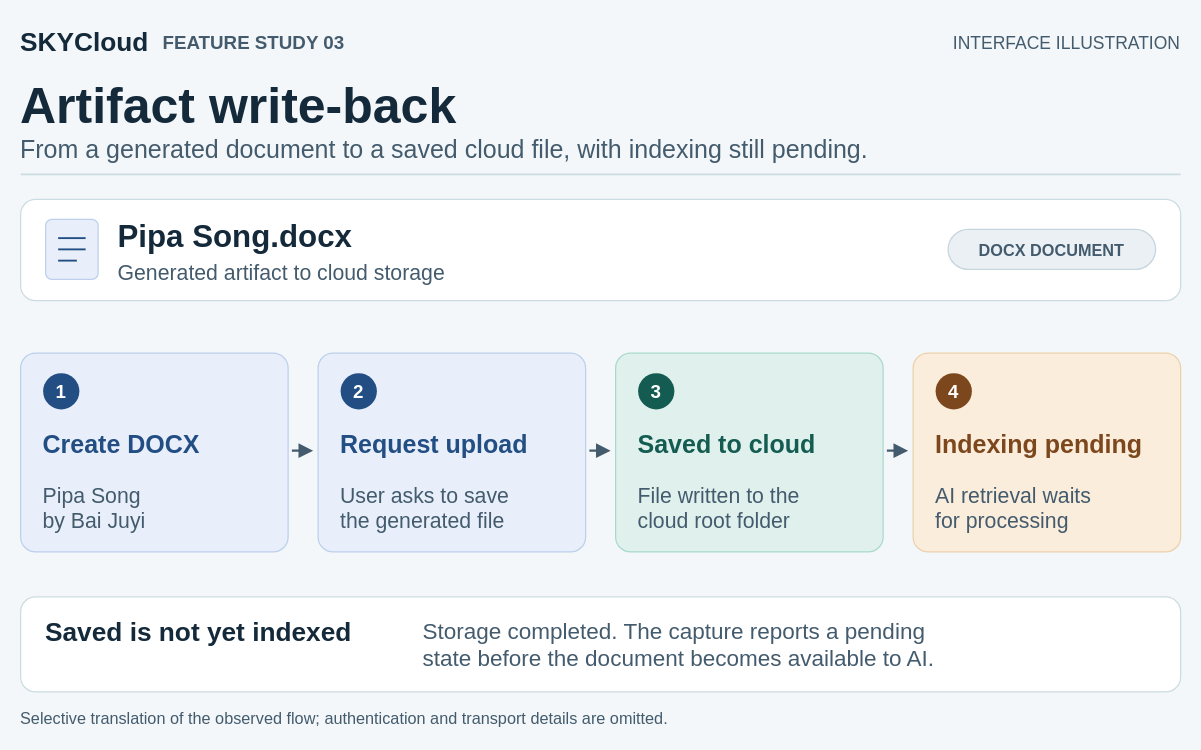
Before: page "Artifact write-back" (5 of 11) of design/projects/sky-cloud/sky-cloud.drawio in TianyaSKY/tianyasky.github.io, a draw.io diagram. Source tidied: cells renumbered, new cells numbered last; positions are measured from the earlier drawing's top-left corner, leaving out a move shared by most shapes. Both pictures are drawn from the tidied source at 125%, with x=0, y=0 at pixel (20, 20).
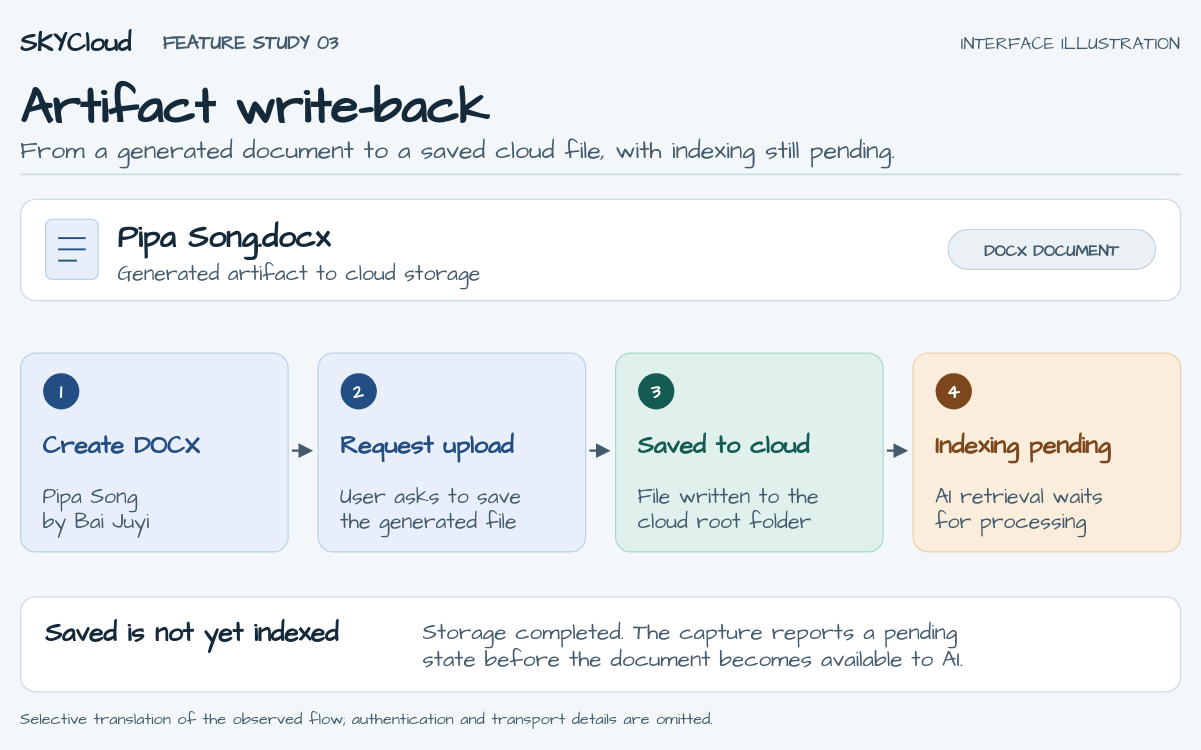
After the change.

Unchanged cells that the change refers to:
```xml
<mxCell id="15" style="group;html=0;" parent="1" vertex="1">
  <mxGeometry x="742" y="167" width="166" height="32" as="geometry" />
</mxCell>
```

What changed in the source:
```diff
@@
-    <mxCell id="2" value="SKYCloud" style="text;html=0;whiteSpace=nowrap;strokeColor=none;fillColor=none;spacing=0;align=left;verticalAlign=middle;fontFamily=Arial, Helvetica, sans-serif;fontSize=21;fontColor=#142A3B;fontStyle=1;" parent="1" vertex="1">
+    <mxCell id="2" value="SKYCloud" style="text;html=0;whiteSpace=nowrap;strokeColor=none;fillColor=none;spacing=0;align=left;verticalAlign=middle;fontFamily=Comic Sans MS, Comic Neue, Noto Sans SC, sans-serif;fontSize=21;fontColor=#142A3B;fontStyle=1;" parent="1" vertex="1">
       <mxGeometry width="120" height="30" as="geometry" />
     </mxCell>
-    <mxCell id="3" value="FEATURE STUDY 03" style="text;html=0;whiteSpace=nowrap;strokeColor=none;fillColor=none;spacing=0;align=left;verticalAlign=middle;fontFamily=Excalifont;fontSize=15;fontColor=#435B6D;fontStyle=1;" parent="1" vertex="1">
+    <mxCell id="3" value="FEATURE STUDY 03" style="text;html=0;whiteSpace=nowrap;strokeColor=none;fillColor=none;spacing=0;align=left;verticalAlign=middle;fontFamily=Comic Sans MS, Comic Neue, Noto Sans SC, sans-serif;fontSize=15;fontColor=#435B6D;fontStyle=1;" parent="1" vertex="1">
       <mxGeometry x="114" y="5" width="450" height="24" as="geometry" />
     </mxCell>
-    <mxCell id="4" value="INTERFACE ILLUSTRATION" style="text;html=0;whiteSpace=nowrap;strokeColor=none;fillColor=none;spacing=0;align=right;verticalAlign=middle;fontFamily=Excalifont;fontSize=14;fontColor=#435B6D;fontStyle=0;" parent="1" vertex="1">
+    <mxCell id="4" value="INTERFACE ILLUSTRATION" style="text;html=0;whiteSpace=nowrap;strokeColor=none;fillColor=none;spacing=0;align=right;verticalAlign=middle;fontFamily=Comic Sans MS, Comic Neue, Noto Sans SC, sans-serif;fontSize=14;fontColor=#435B6D;fontStyle=0;" parent="1" vertex="1">
       <mxGeometry x="624" y="5" width="304" height="24" as="geometry" />
     </mxCell>
-    <mxCell id="5" value="Artifact write-back" style="text;html=0;whiteSpace=nowrap;strokeColor=none;fillColor=none;spacing=0;align=left;verticalAlign=middle;fontFamily=Excalifont;fontSize=40;fontColor=#142A3B;fontStyle=1;" parent="1" vertex="1">
+    <mxCell id="5" value="Artifact write-back" style="text;html=0;whiteSpace=nowrap;strokeColor=none;fillColor=none;spacing=0;align=left;verticalAlign=middle;fontFamily=Comic Sans MS, Comic Neue, Noto Sans SC, sans-serif;fontSize=40;fontColor=#142A3B;fontStyle=1;" parent="1" vertex="1">
       <mxGeometry y="39" width="928" height="48" as="geometry" />
     </mxCell>
-    <mxCell id="6" value="From a generated document to a saved cloud file, with indexing still pending." style="text;html=0;whiteSpace=nowrap;strokeColor=none;fillColor=none;spacing=0;align=left;verticalAlign=middle;fontFamily=Excalifont;fontSize=20;fontColor=#435B6D;fontStyle=0;" parent="1" vertex="1">
+    <mxCell id="6" value="From a generated document to a saved cloud file, with indexing still pending." style="text;html=0;whiteSpace=nowrap;strokeColor=none;fillColor=none;spacing=0;align=left;verticalAlign=middle;fontFamily=Comic Sans MS, Comic Neue, Noto Sans SC, sans-serif;fontSize=20;fontColor=#435B6D;fontStyle=0;" parent="1" vertex="1">
       <mxGeometry y="89" width="928" height="25" as="geometry" />
     </mxCell>
@@
-    <mxCell id="13" value="Pipa Song.docx" style="text;html=0;whiteSpace=nowrap;strokeColor=none;fillColor=none;spacing=0;align=left;verticalAlign=middle;fontFamily=Excalifont;fontSize=25;fontColor=#142A3B;fontStyle=1;" parent="1" vertex="1">
+    <mxCell id="13" value="Pipa Song.docx" style="text;html=0;whiteSpace=nowrap;strokeColor=none;fillColor=none;spacing=0;align=left;verticalAlign=middle;fontFamily=Comic Sans MS, Comic Neue, Noto Sans SC, sans-serif;fontSize=25;fontColor=#142A3B;fontStyle=1;" parent="1" vertex="1">
       <mxGeometry x="78" y="155" width="570" height="30" as="geometry" />
     </mxCell>
-    <mxCell id="14" value="Generated artifact to cloud storage" style="text;html=0;whiteSpace=nowrap;strokeColor=none;fillColor=none;spacing=0;align=left;verticalAlign=middle;fontFamily=Excalifont;fontSize=17;fontColor=#435B6D;fontStyle=0;" parent="1" vertex="1">
+    <mxCell id="14" value="Generated artifact to cloud storage" style="text;html=0;whiteSpace=nowrap;strokeColor=none;fillColor=none;spacing=0;align=left;verticalAlign=middle;fontFamily=Comic Sans MS, Comic Neue, Noto Sans SC, sans-serif;fontSize=17;fontColor=#435B6D;fontStyle=0;" parent="1" vertex="1">
       <mxGeometry x="78" y="189" width="570" height="23" as="geometry" />
     </mxCell>
@@
-    <mxCell id="17" value="DOCX DOCUMENT" style="text;html=0;whiteSpace=nowrap;strokeColor=none;fillColor=none;spacing=0;align=center;verticalAlign=middle;fontFamily=Excalifont;fontSize=13;fontColor=#435B6D;fontStyle=1;" parent="15" vertex="1">
+    <mxCell id="17" value="DOCX DOCUMENT" style="text;html=0;whiteSpace=nowrap;strokeColor=none;fillColor=none;spacing=0;align=center;verticalAlign=middle;fontFamily=Comic Sans MS, Comic Neue, Noto Sans SC, sans-serif;fontSize=13;fontColor=#435B6D;fontStyle=1;" parent="15" vertex="1">
       <mxGeometry x="4" width="158" height="32" as="geometry" />
     </mxCell>
@@
-    <mxCell id="20" value="1" style="text;html=0;whiteSpace=nowrap;strokeColor=none;fillColor=none;spacing=0;align=center;verticalAlign=middle;fontFamily=Excalifont;fontSize=15;fontColor=#FFFFFF;fontStyle=1;" parent="1" vertex="1">
+    <mxCell id="20" value="1" style="text;html=0;whiteSpace=nowrap;strokeColor=none;fillColor=none;spacing=0;align=center;verticalAlign=middle;fontFamily=Comic Sans MS, Comic Neue, Noto Sans SC, sans-serif;fontSize=15;fontColor=#FFFFFF;fontStyle=1;" parent="1" vertex="1">
       <mxGeometry x="18" y="283" width="29" height="26" as="geometry" />
     </mxCell>
-    <mxCell id="21" value="Create DOCX" style="text;html=0;whiteSpace=nowrap;strokeColor=none;fillColor=none;spacing=0;align=left;verticalAlign=middle;fontFamily=Excalifont;fontSize=20;fontColor=#234E83;fontStyle=1;" parent="1" vertex="1">
+    <mxCell id="21" value="Create DOCX" style="text;html=0;whiteSpace=nowrap;strokeColor=none;fillColor=none;spacing=0;align=left;verticalAlign=middle;fontFamily=Comic Sans MS, Comic Neue, Noto Sans SC, sans-serif;fontSize=20;fontColor=#234E83;fontStyle=1;" parent="1" vertex="1">
       <mxGeometry x="18" y="323" width="183" height="29" as="geometry" />
     </mxCell>
-    <mxCell id="22" value="Pipa Song&#10;by Bai Juyi" style="text;html=0;whiteSpace=nowrap;strokeColor=none;fillColor=none;spacing=0;align=left;verticalAlign=middle;fontFamily=Excalifont;fontSize=17;fontColor=#435B6D;fontStyle=0;" parent="1" vertex="1">
+    <mxCell id="22" value="Pipa Song&#10;by Bai Juyi" style="text;html=0;whiteSpace=nowrap;strokeColor=none;fillColor=none;spacing=0;align=left;verticalAlign=middle;fontFamily=Comic Sans MS, Comic Neue, Noto Sans SC, sans-serif;fontSize=17;fontColor=#435B6D;fontStyle=0;" parent="1" vertex="1">
       <mxGeometry x="18" y="364" width="183" height="49" as="geometry" />
     </mxCell>
@@
-    <mxCell id="25" value="2" style="text;html=0;whiteSpace=nowrap;strokeColor=none;fillColor=none;spacing=0;align=center;verticalAlign=middle;fontFamily=Excalifont;fontSize=15;fontColor=#FFFFFF;fontStyle=1;" parent="1" vertex="1">
+    <mxCell id="25" value="2" style="text;html=0;whiteSpace=nowrap;strokeColor=none;fillColor=none;spacing=0;align=center;verticalAlign=middle;fontFamily=Comic Sans MS, Comic Neue, Noto Sans SC, sans-serif;fontSize=15;fontColor=#FFFFFF;fontStyle=1;" parent="1" vertex="1">
       <mxGeometry x="256" y="283" width="29" height="26" as="geometry" />
     </mxCell>
-    <mxCell id="26" value="Request upload" style="text;html=0;whiteSpace=nowrap;strokeColor=none;fillColor=none;spacing=0;align=left;verticalAlign=middle;fontFamily=Excalifont;fontSize=20;fontColor=#234E83;fontStyle=1;" parent="1" vertex="1">
+    <mxCell id="26" value="Request upload" style="text;html=0;whiteSpace=nowrap;strokeColor=none;fillColor=none;spacing=0;align=left;verticalAlign=middle;fontFamily=Comic Sans MS, Comic Neue, Noto Sans SC, sans-serif;fontSize=20;fontColor=#234E83;fontStyle=1;" parent="1" vertex="1">
       <mxGeometry x="256" y="323" width="183" height="29" as="geometry" />
     </mxCell>
-    <mxCell id="27" value="User asks to save&#10;the generated file" style="text;html=0;whiteSpace=nowrap;strokeColor=none;fillColor=none;spacing=0;align=left;verticalAlign=middle;fontFamily=Excalifont;fontSize=17;fontColor=#435B6D;fontStyle=0;" parent="1" vertex="1">
+    <mxCell id="27" value="User asks to save&#10;the generated file" style="text;html=0;whiteSpace=nowrap;strokeColor=none;fillColor=none;spacing=0;align=left;verticalAlign=middle;fontFamily=Comic Sans MS, Comic Neue, Noto Sans SC, sans-serif;fontSize=17;fontColor=#435B6D;fontStyle=0;" parent="1" vertex="1">
       <mxGeometry x="256" y="364" width="183" height="49" as="geometry" />
     </mxCell>
@@
-    <mxCell id="30" value="3" style="text;html=0;whiteSpace=nowrap;strokeColor=none;fillColor=none;spacing=0;align=center;verticalAlign=middle;fontFamily=Excalifont;fontSize=15;fontColor=#FFFFFF;fontStyle=1;" parent="1" vertex="1">
+    <mxCell id="30" value="3" style="text;html=0;whiteSpace=nowrap;strokeColor=none;fillColor=none;spacing=0;align=center;verticalAlign=middle;fontFamily=Comic Sans MS, Comic Neue, Noto Sans SC, sans-serif;fontSize=15;fontColor=#FFFFFF;fontStyle=1;" parent="1" vertex="1">
       <mxGeometry x="494" y="283" width="29" height="26" as="geometry" />
     </mxCell>
-    <mxCell id="31" value="Saved to cloud" style="text;html=0;whiteSpace=nowrap;strokeColor=none;fillColor=none;spacing=0;align=left;verticalAlign=middle;fontFamily=Excalifont;fontSize=20;fontColor=#145C52;fontStyle=1;" parent="1" vertex="1">
+    <mxCell id="31" value="Saved to cloud" style="text;html=0;whiteSpace=nowrap;strokeColor=none;fillColor=none;spacing=0;align=left;verticalAlign=middle;fontFamily=Comic Sans MS, Comic Neue, Noto Sans SC, sans-serif;fontSize=20;fontColor=#145C52;fontStyle=1;" parent="1" vertex="1">
       <mxGeometry x="494" y="323" width="183" height="29" as="geometry" />
     </mxCell>
-    <mxCell id="32" value="File written to the&#10;cloud root folder" style="text;html=0;whiteSpace=nowrap;strokeColor=none;fillColor=none;spacing=0;align=left;verticalAlign=middle;fontFamily=Excalifont;fontSize=17;fontColor=#435B6D;fontStyle=0;" parent="1" vertex="1">
+    <mxCell id="32" value="File written to the&#10;cloud root folder" style="text;html=0;whiteSpace=nowrap;strokeColor=none;fillColor=none;spacing=0;align=left;verticalAlign=middle;fontFamily=Comic Sans MS, Comic Neue, Noto Sans SC, sans-serif;fontSize=17;fontColor=#435B6D;fontStyle=0;" parent="1" vertex="1">
       <mxGeometry x="494" y="364" width="183" height="49" as="geometry" />
     </mxCell>
@@
-    <mxCell id="35" value="4" style="text;html=0;whiteSpace=nowrap;strokeColor=none;fillColor=none;spacing=0;align=center;verticalAlign=middle;fontFamily=Excalifont;fontSize=15;fontColor=#FFFFFF;fontStyle=1;" parent="1" vertex="1">
+    <mxCell id="35" value="4" style="text;html=0;whiteSpace=nowrap;strokeColor=none;fillColor=none;spacing=0;align=center;verticalAlign=middle;fontFamily=Comic Sans MS, Comic Neue, Noto Sans SC, sans-serif;fontSize=15;fontColor=#FFFFFF;fontStyle=1;" parent="1" vertex="1">
       <mxGeometry x="732" y="283" width="29" height="26" as="geometry" />
     </mxCell>
-    <mxCell id="36" value="Indexing pending" style="text;html=0;whiteSpace=nowrap;strokeColor=none;fillColor=none;spacing=0;align=left;verticalAlign=middle;fontFamily=Excalifont;fontSize=20;fontColor=#7C471C;fontStyle=1;" parent="1" vertex="1">
+    <mxCell id="36" value="Indexing pending" style="text;html=0;whiteSpace=nowrap;strokeColor=none;fillColor=none;spacing=0;align=left;verticalAlign=middle;fontFamily=Comic Sans MS, Comic Neue, Noto Sans SC, sans-serif;fontSize=20;fontColor=#7C471C;fontStyle=1;" parent="1" vertex="1">
       <mxGeometry x="732" y="323" width="183" height="29" as="geometry" />
     </mxCell>
-    <mxCell id="37" value="AI retrieval waits&#10;for processing" style="text;html=0;whiteSpace=nowrap;strokeColor=none;fillColor=none;spacing=0;align=left;verticalAlign=middle;fontFamily=Excalifont;fontSize=17;fontColor=#435B6D;fontStyle=0;" parent="1" vertex="1">
+    <mxCell id="37" value="AI retrieval waits&#10;for processing" style="text;html=0;whiteSpace=nowrap;strokeColor=none;fillColor=none;spacing=0;align=left;verticalAlign=middle;fontFamily=Comic Sans MS, Comic Neue, Noto Sans SC, sans-serif;fontSize=17;fontColor=#435B6D;fontStyle=0;" parent="1" vertex="1">
       <mxGeometry x="732" y="364" width="183" height="49" as="geometry" />
     </mxCell>
@@
-    <mxCell id="42" value="Saved is not yet indexed" style="text;html=0;whiteSpace=nowrap;strokeColor=none;fillColor=none;spacing=0;align=left;verticalAlign=middle;fontFamily=Excalifont;fontSize=21;fontColor=#142A3B;fontStyle=1;" parent="1" vertex="1">
+    <mxCell id="42" value="Saved is not yet indexed" style="text;html=0;whiteSpace=nowrap;strokeColor=none;fillColor=none;spacing=0;align=left;verticalAlign=middle;fontFamily=Comic Sans MS, Comic Neue, Noto Sans SC, sans-serif;fontSize=21;fontColor=#142A3B;fontStyle=1;" parent="1" vertex="1">
       <mxGeometry x="20" y="473" width="280" height="29" as="geometry" />
     </mxCell>
-    <mxCell id="43" value="Storage completed. The capture reports a pending&#10;state before the document becomes available to AI." style="text;html=0;whiteSpace=nowrap;strokeColor=none;fillColor=none;spacing=0;align=left;verticalAlign=middle;fontFamily=Excalifont;fontSize=18;fontColor=#435B6D;fontStyle=0;" parent="1" vertex="1">
+    <mxCell id="43" value="Storage completed. The capture reports a pending&#10;state before the document becomes available to AI." style="text;html=0;whiteSpace=nowrap;strokeColor=none;fillColor=none;spacing=0;align=left;verticalAlign=middle;fontFamily=Comic Sans MS, Comic Neue, Noto Sans SC, sans-serif;fontSize=18;fontColor=#435B6D;fontStyle=0;" parent="1" vertex="1">
       <mxGeometry x="322" y="473" width="584" height="50" as="geometry" />
     </mxCell>
-    <mxCell id="44" value="Selective translation of the observed flow; authentication and transport details are omitted." style="text;html=0;whiteSpace=nowrap;strokeColor=none;fillColor=none;spacing=0;align=left;verticalAlign=middle;fontFamily=Excalifont;fontSize=13;fontColor=#435B6D;fontStyle=0;" parent="1" vertex="1">
+    <mxCell id="44" value="Selective translation of the observed flow; authentication and transport details are omitted." style="text;html=0;whiteSpace=nowrap;strokeColor=none;fillColor=none;spacing=0;align=left;verticalAlign=middle;fontFamily=Comic Sans MS, Comic Neue, Noto Sans SC, sans-serif;fontSize=13;fontColor=#435B6D;fontStyle=0;" parent="1" vertex="1">
       <mxGeometry y="548" width="928" height="19" as="geometry" />
     </mxCell>
```
